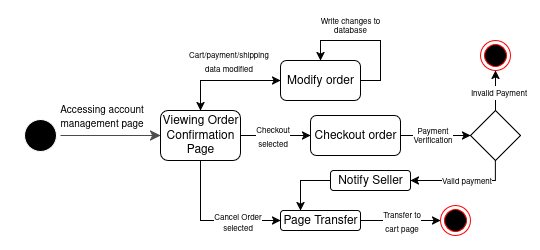
TagReaper/CSE-4214-03-Lab-Project keeps this draw.io diagram as SRS Documents/User Story Diagrams/State Diagram - 10.png. Above is the earlier version. Source tidied: cells renumbered, new cells last; positions are measured from the earlier drawing's top-left corner, leaving out a move shared by most shapes.
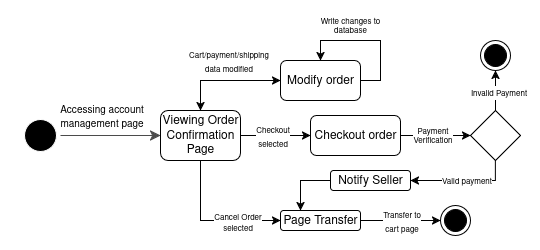
The same file after the commit.

Change to the diagram source:
```diff
@@ -114,7 +114,7 @@
     <mxCell id="23" value="&lt;div style=&quot;line-height: 80%;&quot;&gt;&lt;font style=&quot;font-size: 8px; line-height: 80%;&quot;&gt;Write changes to database&lt;/font&gt;&lt;/div&gt;" style="text;html=1;align=center;verticalAlign=middle;whiteSpace=wrap;rounded=0;spacing=1;" parent="1" vertex="1">
       <mxGeometry x="310" y="10" width="80" height="30" as="geometry" />
     </mxCell>
-    <mxCell id="24" style="ellipse;html=1;shape=endState;fillColor=#000000;strokeColor=light-dark(#FF0000,#FFFFFF);" parent="1" vertex="1">
+    <mxCell id="24" style="ellipse;html=1;shape=endState;fillColor=#000000;strokeColor=light-dark(#000000,#FFFFFF);" parent="1" vertex="1">
       <mxGeometry x="440" y="205" width="30" height="30" as="geometry" />
     </mxCell>
     <mxCell id="25" style="edgeStyle=orthogonalEdgeStyle;rounded=0;jettySize=auto;html=1;exitX=0.5;exitY=1;exitDx=0;exitDy=0;entryX=1;entryY=0.5;entryDx=0;entryDy=0;" parent="1" edge="1" target="31">
@@ -139,7 +139,7 @@
     <mxCell id="29" style="rhombus;whiteSpace=wrap;html=1;" parent="1" vertex="1">
       <mxGeometry x="470" y="110" width="50" height="50" as="geometry" />
     </mxCell>
-    <mxCell id="30" style="ellipse;html=1;shape=endState;fillColor=#000000;strokeColor=light-dark(#FF0000,#FFFFFF);" parent="1" vertex="1">
+    <mxCell id="30" style="ellipse;html=1;shape=endState;fillColor=#000000;strokeColor=light-dark(#000000,#FFFFFF);" parent="1" vertex="1">
       <mxGeometry x="480" y="40" width="30" height="30" as="geometry" />
     </mxCell>
     <mxCell id="31" value="Notify Seller" style="rounded=1;whiteSpace=wrap;html=1;" parent="1" vertex="1">
```
